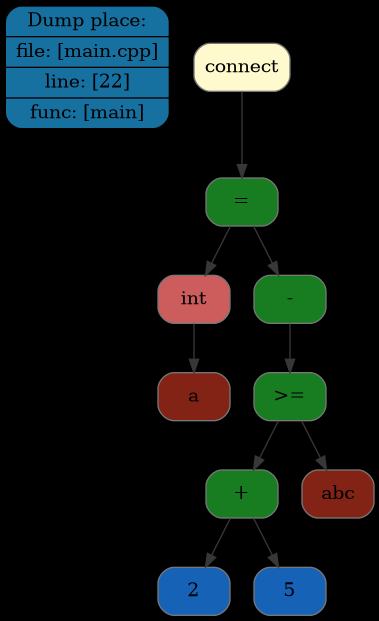
Before: FrontEnd/dot/tree/img/tree1.png, a diagram exported from Graphviz (Maksim-Sebelev/Language). Its source is kept beside it as FrontEnd/dot/tree/dot/tree1.dot.
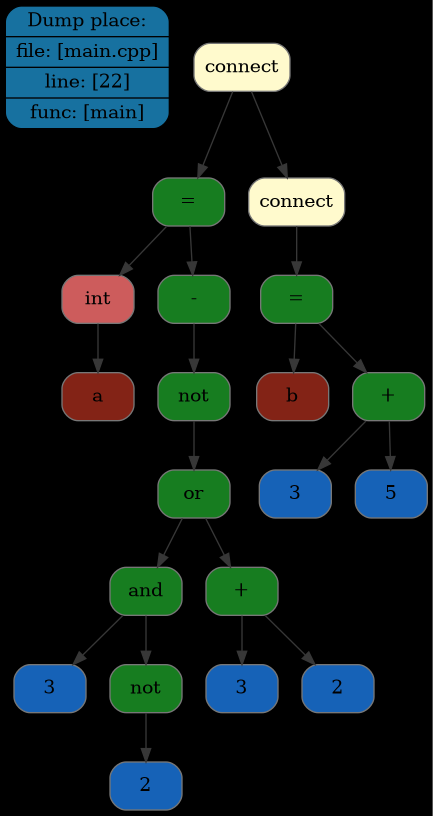
The same file after the commit.

The edit, as a diff of the source:
```diff
@@ -2,24 +2,44 @@
 rankdir=TB
 graph [bgcolor="#000000"];
 place[shape=Mrecord, style=filled, fillcolor="#1771a0", pos="0,1!",label = " { Dump place: | file: [main.cpp] | line: [22] | func: [main] } "color = "#000000"];
-node0x507000000480[shape=Mrecord, style=filled, fillcolor="#FFFACD"label = "\connect", color = "#777777"];
-node0x507000000410[shape=Mrecord, style=filled, fillcolor="#177d20"label = "\=", color = "#777777"];
-node0x507000000090[shape=Mrecord, style=filled, fillcolor="#CD5C5C"label = "\int", color = "#777777"];
+node0x5070000008e0[shape=Mrecord, style=filled, fillcolor="#FFFACD"label = "connect", color = "#777777"];
+node0x5070000005d0[shape=Mrecord, style=filled, fillcolor="#177d20"label = "\=", color = "#777777"];
+node0x507000000090[shape=Mrecord, style=filled, fillcolor="#CD5C5C"label = "int", color = "#777777"];
 node0x507000000100[shape=Mrecord, style=filled, fillcolor="#832316"label = "a", color = "#777777"];
-node0x5070000003a0[shape=Mrecord, style=filled, fillcolor="#177d20"label = "\-", color = "#777777"];
-node0x507000000330[shape=Mrecord, style=filled, fillcolor="#177d20"label = "\>=", color = "#777777"];
-node0x507000000250[shape=Mrecord, style=filled, fillcolor="#177d20"label = "\+", color = "#777777"];
-node0x507000000170[shape=Mrecord, style=filled, fillcolor="#1662b7"label = "2", color = "#777777"];
-node0x5070000001e0[shape=Mrecord, style=filled, fillcolor="#1662b7"label = "5", color = "#777777"];
-node0x5070000002c0[shape=Mrecord, style=filled, fillcolor="#832316"label = "abc", color = "#777777"];
+node0x507000000560[shape=Mrecord, style=filled, fillcolor="#177d20"label = "\-", color = "#777777"];
+node0x5070000004f0[shape=Mrecord, style=filled, fillcolor="#177d20"label = "not", color = "#777777"];
+node0x507000000480[shape=Mrecord, style=filled, fillcolor="#177d20"label = "or", color = "#777777"];
+node0x5070000002c0[shape=Mrecord, style=filled, fillcolor="#177d20"label = "and", color = "#777777"];
+node0x507000000170[shape=Mrecord, style=filled, fillcolor="#1662b7"label = "3", color = "#777777"];
+node0x507000000250[shape=Mrecord, style=filled, fillcolor="#177d20"label = "not", color = "#777777"];
+node0x5070000001e0[shape=Mrecord, style=filled, fillcolor="#1662b7"label = "2", color = "#777777"];
+node0x507000000410[shape=Mrecord, style=filled, fillcolor="#177d20"label = "\+", color = "#777777"];
+node0x507000000330[shape=Mrecord, style=filled, fillcolor="#1662b7"label = "3", color = "#777777"];
+node0x5070000003a0[shape=Mrecord, style=filled, fillcolor="#1662b7"label = "2", color = "#777777"];
+node0x507000000870[shape=Mrecord, style=filled, fillcolor="#FFFACD"label = "connect", color = "#777777"];
+node0x507000000800[shape=Mrecord, style=filled, fillcolor="#177d20"label = "\=", color = "#777777"];
+node0x507000000640[shape=Mrecord, style=filled, fillcolor="#832316"label = "b", color = "#777777"];
+node0x507000000790[shape=Mrecord, style=filled, fillcolor="#177d20"label = "\+", color = "#777777"];
+node0x5070000006b0[shape=Mrecord, style=filled, fillcolor="#1662b7"label = "3", color = "#777777"];
+node0x507000000720[shape=Mrecord, style=filled, fillcolor="#1662b7"label = "5", color = "#777777"];
 edge[color="#373737"];
+node0x5070000008e0->node0x5070000005d0;
+node0x5070000005d0->node0x507000000090;
+node0x507000000090->node0x507000000100;
+node0x5070000005d0->node0x507000000560;
+node0x507000000560->node0x5070000004f0;
+node0x5070000004f0->node0x507000000480;
+node0x507000000480->node0x5070000002c0;
+node0x5070000002c0->node0x507000000170;
+node0x5070000002c0->node0x507000000250;
+node0x507000000250->node0x5070000001e0;
 node0x507000000480->node0x507000000410;
-node0x507000000410->node0x507000000090;
-node0x507000000090->node0x507000000100;
+node0x507000000410->node0x507000000330;
 node0x507000000410->node0x5070000003a0;
-node0x5070000003a0->node0x507000000330;
-node0x507000000330->node0x507000000250;
-node0x507000000250->node0x507000000170;
-node0x507000000250->node0x5070000001e0;
-node0x507000000330->node0x5070000002c0;
+node0x5070000008e0->node0x507000000870;
+node0x507000000870->node0x507000000800;
+node0x507000000800->node0x507000000640;
+node0x507000000800->node0x507000000790;
+node0x507000000790->node0x5070000006b0;
+node0x507000000790->node0x507000000720;
 }
```
